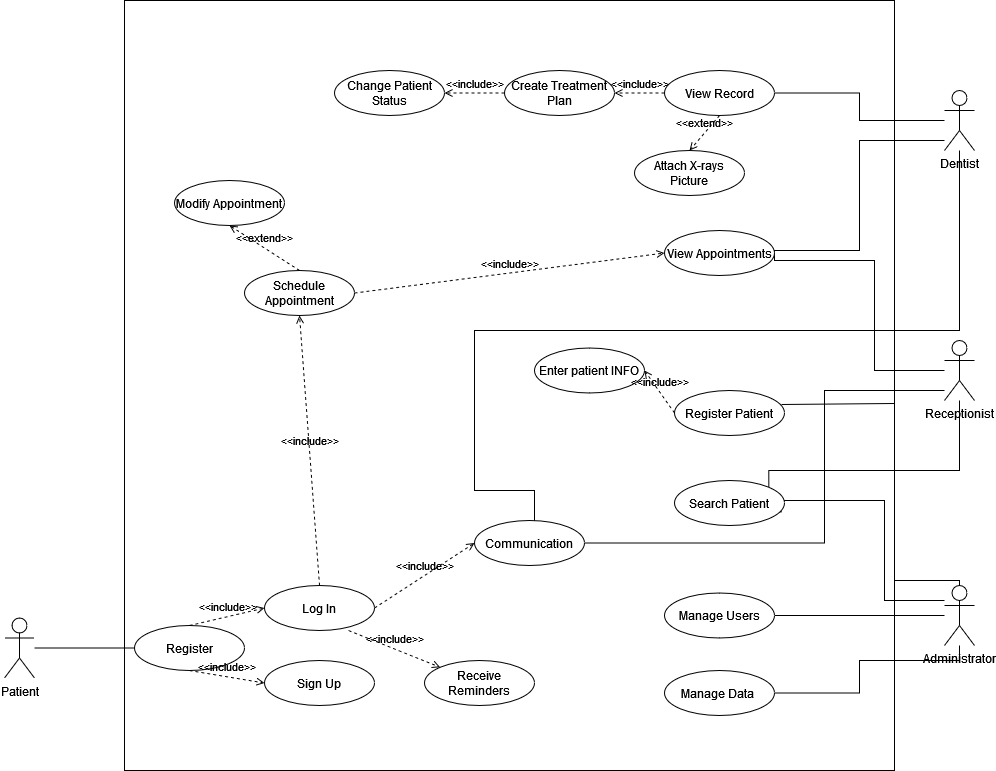
This is Untitled Diagram.drawio.png from MohamedIsa/Dental-Clinic-System, a draw.io export, as it was before one commit. Source tidied: cells renumbered, new cells last; positions are measured from the earlier drawing's top-left corner, leaving out a move shared by most shapes.
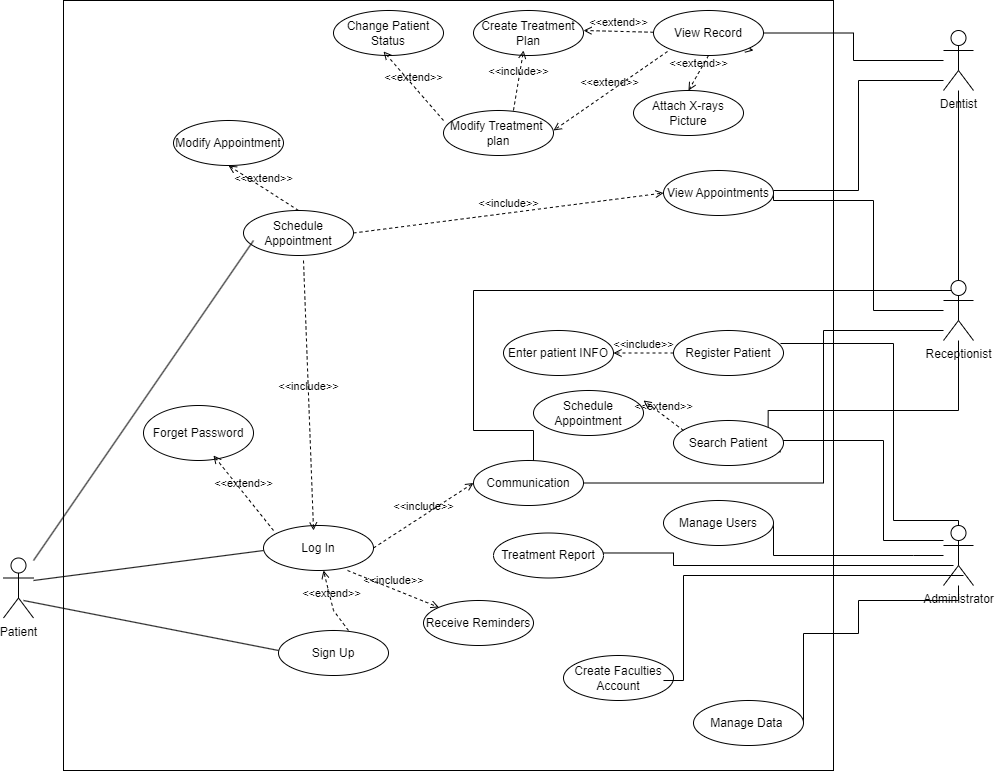
The same diagram one commit later.

Change to the diagram source:
```diff
@@ -3,7 +3,7 @@
     <mxCell id="0" />
     <mxCell id="1" parent="0" />
     <mxCell id="2" style="whiteSpace=wrap;html=1;" parent="1" vertex="1">
-      <mxGeometry x="120" width="770" height="770" as="geometry" />
+      <mxGeometry x="60" y="60" width="770" height="770" as="geometry" />
     </mxCell>
     <mxCell id="3" style="rounded=0;jettySize=auto;html=1;entryX=1;entryY=0.5;entryDx=0;entryDy=0;edgeStyle=orthogonalEdgeStyle;endArrow=none;endFill=0;" parent="1" edge="1" source="6" target="18">
       <mxGeometry relative="1" as="geometry" />
@@ -20,11 +20,11 @@
     <mxCell id="5" style="edgeStyle=orthogonalEdgeStyle;shape=connector;rounded=0;jettySize=auto;html=1;labelBackgroundColor=default;strokeColor=default;fontFamily=Helvetica;fontSize=11;fontColor=default;endArrow=classic;entryX=1;entryY=0.5;entryDx=0;entryDy=0;" parent="1" edge="1" source="6" target="34">
       <mxGeometry relative="1" as="geometry">
         <Array as="points">
-          <mxPoint x="955" y="330" />
-          <mxPoint x="470" y="330" />
+          <mxPoint x="955" y="350" />
+          <mxPoint x="470" y="350" />
           <mxPoint x="470" y="490" />
           <mxPoint x="530" y="490" />
-          <mxPoint x="530" y="543" />
+          <mxPoint x="530" y="542" />
         </Array>
       </mxGeometry>
     </mxCell>
@@ -98,17 +98,11 @@
     <mxCell id="15" value="Administrator" style="shape=umlActor;verticalLabelPosition=bottom;verticalAlign=top;html=1;outlineConnect=0;" parent="1" vertex="1">
       <mxGeometry x="940" y="585" width="30" height="60" as="geometry" />
     </mxCell>
-    <mxCell id="16" style="edgeStyle=orthogonalEdgeStyle;shape=connector;rounded=0;jettySize=auto;html=1;entryX=0;entryY=0.5;entryDx=0;entryDy=0;labelBackgroundColor=default;strokeColor=default;fontFamily=Helvetica;fontSize=11;fontColor=default;endArrow=none;endFill=0;" parent="1" edge="1" source="17" target="30">
-      <mxGeometry relative="1" as="geometry" />
-    </mxCell>
     <mxCell id="17" value="Patient" style="shape=umlActor;verticalLabelPosition=bottom;verticalAlign=top;html=1;outlineConnect=0;" parent="1" vertex="1">
       <mxGeometry y="617.5" width="30" height="60" as="geometry" />
     </mxCell>
-    <mxCell id="18" value="View Record" style="ellipse;whiteSpace=wrap;html=1;" parent="1" vertex="1">
-      <mxGeometry x="660" y="70" width="110" height="45" as="geometry" />
-    </mxCell>
     <mxCell id="19" value="Create Treatment Plan" style="ellipse;whiteSpace=wrap;html=1;" parent="1" vertex="1">
-      <mxGeometry x="500" y="70" width="110" height="45" as="geometry" />
+      <mxGeometry x="470" y="70" width="110" height="45" as="geometry" />
     </mxCell>
     <mxCell id="20" value="View Appointments" style="ellipse;whiteSpace=wrap;html=1;" parent="1" vertex="1">
       <mxGeometry x="660" y="230" width="110" height="45" as="geometry" />
@@ -126,13 +120,13 @@
       <mxGeometry x="240" y="270" width="110" height="45" as="geometry" />
     </mxCell>
     <mxCell id="25" value="Manage Users" style="ellipse;whiteSpace=wrap;html=1;" parent="1" vertex="1">
-      <mxGeometry x="660" y="592.5" width="110" height="45" as="geometry" />
+      <mxGeometry x="660" y="560" width="110" height="45" as="geometry" />
     </mxCell>
     <mxCell id="26" value="Enter patient INFO" style="ellipse;whiteSpace=wrap;html=1;" parent="1" vertex="1">
-      <mxGeometry x="530" y="347.5" width="110" height="45" as="geometry" />
+      <mxGeometry x="500" y="390" width="110" height="45" as="geometry" />
     </mxCell>
     <mxCell id="27" value="Manage Data&amp;nbsp;" style="ellipse;whiteSpace=wrap;html=1;" parent="1" vertex="1">
-      <mxGeometry x="660" y="670" width="110" height="45" as="geometry" />
+      <mxGeometry x="690" y="760" width="110" height="45" as="geometry" />
     </mxCell>
     <mxCell id="28" value="Register Patient" style="ellipse;whiteSpace=wrap;html=1;" parent="1" vertex="1">
       <mxGeometry x="670" y="390" width="110" height="45" as="geometry" />
@@ -140,11 +134,8 @@
     <mxCell id="29" value="Search Patient" style="ellipse;whiteSpace=wrap;html=1;" parent="1" vertex="1">
       <mxGeometry x="670" y="480" width="110" height="45" as="geometry" />
     </mxCell>
-    <mxCell id="30" value="Register" style="ellipse;whiteSpace=wrap;html=1;" parent="1" vertex="1">
-      <mxGeometry x="130" y="625" width="110" height="45" as="geometry" />
-    </mxCell>
     <mxCell id="31" value="Sign Up" style="ellipse;whiteSpace=wrap;html=1;" parent="1" vertex="1">
-      <mxGeometry x="260" y="660" width="110" height="45" as="geometry" />
+      <mxGeometry x="275" y="690" width="110" height="45" as="geometry" />
     </mxCell>
     <mxCell id="32" value="Log In" style="ellipse;whiteSpace=wrap;html=1;" parent="1" vertex="1">
       <mxGeometry x="260" y="585" width="110" height="45" as="geometry" />
@@ -155,17 +146,13 @@
     <mxCell id="34" value="Communication" style="ellipse;whiteSpace=wrap;html=1;" parent="1" vertex="1">
       <mxGeometry x="470" y="520" width="110" height="45" as="geometry" />
     </mxCell>
-    <mxCell id="35" value="&amp;lt;&amp;lt;include&amp;gt;&amp;gt;" style="html=1;verticalAlign=bottom;labelBackgroundColor=none;endArrow=open;endFill=0;dashed=1;rounded=0;exitX=0;exitY=0.5;exitDx=0;exitDy=0;entryX=1;entryY=0.5;entryDx=0;entryDy=0;" parent="1" edge="1" source="18" target="19">
-      <mxGeometry relative="1" as="geometry" />
-    </mxCell>
     <mxCell id="36" value="&amp;lt;&amp;lt;extend&amp;gt;&amp;gt;" style="html=1;verticalAlign=bottom;labelBackgroundColor=none;endArrow=open;endFill=0;dashed=1;rounded=0;entryX=0.5;entryY=0;entryDx=0;entryDy=0;exitX=0.5;exitY=1;exitDx=0;exitDy=0;" parent="1" edge="1" source="18" target="21">
       <mxGeometry relative="1" as="geometry" />
     </mxCell>
-    <mxCell id="37" value="&amp;lt;&amp;lt;include&amp;gt;&amp;gt;" style="html=1;verticalAlign=bottom;labelBackgroundColor=none;endArrow=open;endFill=0;dashed=1;rounded=0;exitX=0;exitY=0.5;exitDx=0;exitDy=0;entryX=1;entryY=0.5;entryDx=0;entryDy=0;" parent="1" edge="1" source="19" target="22">
-      <mxGeometry relative="1" as="geometry" />
-    </mxCell>
-    <mxCell id="38" value="&amp;lt;&amp;lt;include&amp;gt;&amp;gt;" style="html=1;verticalAlign=bottom;labelBackgroundColor=none;endArrow=open;endFill=0;dashed=1;rounded=0;exitX=0.5;exitY=0;exitDx=0;exitDy=0;entryX=0.5;entryY=1;entryDx=0;entryDy=0;" parent="1" edge="1" source="32" target="24">
-      <mxGeometry relative="1" as="geometry" />
+    <mxCell id="38" value="&amp;lt;&amp;lt;include&amp;gt;&amp;gt;" style="html=1;verticalAlign=bottom;labelBackgroundColor=none;endArrow=open;endFill=0;dashed=1;rounded=0;entryX=0.455;entryY=0.111;entryDx=0;entryDy=0;entryPerimeter=0;" parent="1" edge="1" target="32">
+      <mxGeometry relative="1" as="geometry">
+        <mxPoint x="300" y="320" as="sourcePoint" />
+      </mxGeometry>
     </mxCell>
     <mxCell id="39" value="&amp;lt;&amp;lt;include&amp;gt;&amp;gt;" style="html=1;verticalAlign=bottom;labelBackgroundColor=none;endArrow=open;endFill=0;dashed=1;rounded=0;exitX=0.764;exitY=1;exitDx=0;exitDy=0;entryX=0;entryY=0;entryDx=0;entryDy=0;exitPerimeter=0;" parent="1" edge="1" source="32" target="33">
       <mxGeometry relative="1" as="geometry" />
@@ -173,12 +160,6 @@
     <mxCell id="40" value="&amp;lt;&amp;lt;include&amp;gt;&amp;gt;" style="html=1;verticalAlign=bottom;labelBackgroundColor=none;endArrow=open;endFill=0;dashed=1;rounded=0;exitX=1;exitY=0.5;exitDx=0;exitDy=0;entryX=0;entryY=0.5;entryDx=0;entryDy=0;" parent="1" edge="1" source="32" target="34">
       <mxGeometry relative="1" as="geometry" />
     </mxCell>
-    <mxCell id="41" value="&amp;lt;&amp;lt;include&amp;gt;&amp;gt;" style="html=1;verticalAlign=bottom;labelBackgroundColor=none;endArrow=open;endFill=0;dashed=1;rounded=0;exitX=0.5;exitY=0;exitDx=0;exitDy=0;entryX=0;entryY=0.5;entryDx=0;entryDy=0;" parent="1" edge="1" source="30" target="32">
-      <mxGeometry relative="1" as="geometry" />
-    </mxCell>
-    <mxCell id="42" value="&amp;lt;&amp;lt;include&amp;gt;&amp;gt;" style="html=1;verticalAlign=bottom;labelBackgroundColor=none;endArrow=open;endFill=0;dashed=1;rounded=0;exitX=0.5;exitY=1;exitDx=0;exitDy=0;entryX=0;entryY=0.5;entryDx=0;entryDy=0;" parent="1" edge="1" source="30" target="31">
-      <mxGeometry relative="1" as="geometry" />
-    </mxCell>
     <mxCell id="43" value="&amp;lt;&amp;lt;include&amp;gt;&amp;gt;" style="html=1;verticalAlign=bottom;labelBackgroundColor=none;endArrow=open;endFill=0;dashed=1;rounded=0;exitX=0;exitY=0.5;exitDx=0;exitDy=0;entryX=1;entryY=0.5;entryDx=0;entryDy=0;" parent="1" edge="1" source="28" target="26">
       <mxGeometry relative="1" as="geometry" />
     </mxCell>
@@ -188,5 +169,85 @@
     <mxCell id="45" value="&amp;lt;&amp;lt;extend&amp;gt;&amp;gt;" style="html=1;verticalAlign=bottom;labelBackgroundColor=none;endArrow=open;endFill=0;dashed=1;rounded=0;entryX=0.5;entryY=1;entryDx=0;entryDy=0;exitX=0.5;exitY=0;exitDx=0;exitDy=0;" parent="1" edge="1" source="24" target="23">
       <mxGeometry relative="1" as="geometry" />
     </mxCell>
+    <mxCell id="46" style="endArrow=none;html=1;rounded=0;entryX=0;entryY=0.556;entryDx=0;entryDy=0;entryPerimeter=0;" parent="1" edge="1" target="32">
+      <mxGeometry relative="1" as="geometry">
+        <mxPoint x="30" y="640" as="sourcePoint" />
+      </mxGeometry>
+    </mxCell>
+    <mxCell id="47" style="endArrow=none;html=1;rounded=0;entryX=0;entryY=0.444;entryDx=0;entryDy=0;entryPerimeter=0;" parent="1" edge="1" target="31">
+      <mxGeometry relative="1" as="geometry">
+        <mxPoint x="20" y="660" as="sourcePoint" />
+      </mxGeometry>
+    </mxCell>
+    <mxCell id="48" style="endArrow=none;html=1;rounded=0;entryX=0.091;entryY=0.667;entryDx=0;entryDy=0;entryPerimeter=0;exitX=1;exitY=0.042;exitDx=0;exitDy=0;exitPerimeter=0;" parent="1" edge="1" source="17" target="24">
+      <mxGeometry relative="1" as="geometry" />
+    </mxCell>
+    <mxCell id="49" value="&amp;lt;&amp;lt;extend&amp;gt;&amp;gt;" style="html=1;verticalAlign=bottom;labelBackgroundColor=none;endArrow=open;endFill=0;dashed=1;rounded=0;entryX=0.545;entryY=1;entryDx=0;entryDy=0;entryPerimeter=0;exitX=0.636;exitY=0;exitDx=0;exitDy=0;exitPerimeter=0;" parent="1" edge="1" source="31" target="32">
+      <mxGeometry relative="1" as="geometry">
+        <Array as="points">
+          <mxPoint x="330" y="670" />
+        </Array>
+      </mxGeometry>
+    </mxCell>
+    <mxCell id="50" value="Forget Password" style="ellipse;whiteSpace=wrap;html=1;" parent="1" vertex="1">
+      <mxGeometry x="140" y="465" width="110" height="55" as="geometry" />
+    </mxCell>
+    <mxCell id="51" value="&amp;lt;&amp;lt;extend&amp;gt;&amp;gt;" style="html=1;verticalAlign=bottom;labelBackgroundColor=none;endArrow=open;endFill=0;dashed=1;rounded=0;exitX=0.091;exitY=0.111;exitDx=0;exitDy=0;exitPerimeter=0;entryX=0.636;entryY=0.909;entryDx=0;entryDy=0;entryPerimeter=0;" parent="1" edge="1" source="32" target="50">
+      <mxGeometry relative="1" as="geometry" />
+    </mxCell>
+    <mxCell id="52" value="Treatment Report" style="ellipse;whiteSpace=wrap;html=1;" parent="1" vertex="1">
+      <mxGeometry x="490" y="592.5" width="110" height="45" as="geometry" />
+    </mxCell>
+    <mxCell id="53" style="edgeStyle=orthogonalEdgeStyle;shape=connector;rounded=0;jettySize=auto;html=1;entryX=1;entryY=0.444;entryDx=0;entryDy=0;labelBackgroundColor=default;strokeColor=default;fontFamily=Helvetica;fontSize=11;fontColor=default;endArrow=none;endFill=0;entryPerimeter=0;" parent="1" edge="1" target="52">
+      <mxGeometry relative="1" as="geometry">
+        <mxPoint x="950" y="625" as="sourcePoint" />
+        <Array as="points">
+          <mxPoint x="670" y="625" />
+        </Array>
+      </mxGeometry>
+    </mxCell>
+    <mxCell id="54" value="Create Faculties&lt;div&gt;Account&lt;/div&gt;" style="ellipse;whiteSpace=wrap;html=1;" parent="1" vertex="1">
+      <mxGeometry x="560" y="715" width="110" height="45" as="geometry" />
+    </mxCell>
+    <mxCell id="55" style="edgeStyle=orthogonalEdgeStyle;shape=connector;rounded=0;jettySize=auto;html=1;entryX=0.909;entryY=0.556;entryDx=0;entryDy=0;labelBackgroundColor=default;strokeColor=default;fontFamily=Helvetica;fontSize=11;fontColor=default;endArrow=none;endFill=0;entryPerimeter=0;" parent="1" edge="1" target="54">
+      <mxGeometry relative="1" as="geometry">
+        <mxPoint x="960" y="635" as="sourcePoint" />
+        <Array as="points">
+          <mxPoint x="680" y="635" />
+          <mxPoint x="680" y="740" />
+        </Array>
+      </mxGeometry>
+    </mxCell>
+    <mxCell id="35" value="&amp;lt;&amp;lt;extend&amp;gt;&amp;gt;" style="html=1;verticalAlign=bottom;labelBackgroundColor=none;endArrow=open;endFill=0;dashed=1;rounded=0;entryX=1;entryY=0.444;entryDx=0;entryDy=0;entryPerimeter=0;" parent="1" edge="1" source="18" target="19">
+      <mxGeometry relative="1" as="geometry" />
+    </mxCell>
+    <mxCell id="56" style="html=1;verticalAlign=bottom;labelBackgroundColor=none;endArrow=open;endFill=0;dashed=1;rounded=0;entryX=0.909;entryY=0.889;entryDx=0;entryDy=0;entryPerimeter=0;" parent="1" edge="1" target="18">
+      <mxGeometry relative="1" as="geometry">
+        <mxPoint x="670" y="93" as="sourcePoint" />
+      </mxGeometry>
+    </mxCell>
+    <mxCell id="18" value="View Record" style="ellipse;whiteSpace=wrap;html=1;" parent="1" vertex="1">
+      <mxGeometry x="650" y="70" width="110" height="45" as="geometry" />
+    </mxCell>
+    <mxCell id="57" value="Modify Treatment&amp;nbsp;&lt;div&gt;plan&lt;/div&gt;" style="ellipse;whiteSpace=wrap;html=1;" parent="1" vertex="1">
+      <mxGeometry x="440" y="170" width="110" height="45" as="geometry" />
+    </mxCell>
+    <mxCell id="58" value="&amp;lt;&amp;lt;include&amp;gt;&amp;gt;" style="html=1;verticalAlign=bottom;labelBackgroundColor=none;endArrow=open;endFill=0;dashed=1;rounded=0;entryX=0.455;entryY=0.889;entryDx=0;entryDy=0;entryPerimeter=0;exitX=0.636;exitY=0;exitDx=0;exitDy=0;exitPerimeter=0;" parent="1" edge="1" source="57" target="19">
+      <mxGeometry relative="1" as="geometry" />
+    </mxCell>
+    <mxCell id="59" value="&amp;lt;&amp;lt;extend&amp;gt;&amp;gt;" style="html=1;verticalAlign=bottom;labelBackgroundColor=none;endArrow=open;endFill=0;dashed=1;rounded=0;entryX=1;entryY=0.444;entryDx=0;entryDy=0;entryPerimeter=0;" parent="1" edge="1" target="57">
+      <mxGeometry relative="1" as="geometry">
+        <mxPoint x="664" y="111" as="sourcePoint" />
+      </mxGeometry>
+    </mxCell>
+    <mxCell id="60" value="&amp;lt;&amp;lt;extend&amp;gt;&amp;gt;" style="html=1;verticalAlign=bottom;labelBackgroundColor=none;endArrow=open;endFill=0;dashed=1;rounded=0;entryX=0.455;entryY=0.911;entryDx=0;entryDy=0;entryPerimeter=0;exitX=-1.909;exitY=2.444;exitDx=0;exitDy=0;exitPerimeter=0;" parent="1" edge="1" source="18" target="22">
+      <mxGeometry relative="1" as="geometry" />
+    </mxCell>
+    <mxCell id="61" value="Schedule Appointment" style="ellipse;whiteSpace=wrap;html=1;" parent="1" vertex="1">
+      <mxGeometry x="530" y="450" width="110" height="45" as="geometry" />
+    </mxCell>
+    <mxCell id="62" value="&amp;lt;&amp;lt;extend&amp;gt;&amp;gt;" style="html=1;verticalAlign=bottom;labelBackgroundColor=none;endArrow=open;endFill=0;dashed=1;rounded=0;entryX=1;entryY=0.222;entryDx=0;entryDy=0;entryPerimeter=0;exitX=0.091;exitY=0.222;exitDx=0;exitDy=0;exitPerimeter=0;" parent="1" edge="1" source="29" target="61">
+      <mxGeometry relative="1" as="geometry" />
+    </mxCell>
   </root>
 </mxGraphModel>
```
